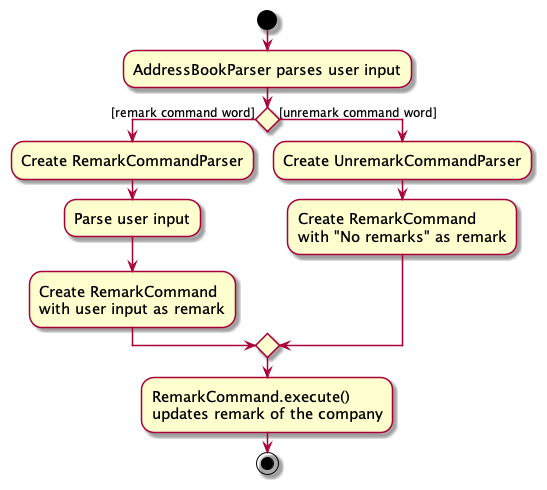
tayruxin/tp keeps this PlantUML diagram as docs/images/RemarkActivityDiagram.png. Above is the earlier version. Source of this version:
```plantuml
@startuml
skin rose
skinparam ActivityFontSize 15
skinparam ArrowFontSize 12
start
:AddressBookParser parses user input;


if () then ([remark command word])
    :Create RemarkCommandParser;
    :Parse user input;
    :Create RemarkCommand
    with user input as remark;

else ([unremark command word])
    :Create UnremarkCommandParser;
    :Create RemarkCommand
    with "No remarks" as remark;

endif

:RemarkCommand.execute()
updates remark of the company;
stop
@enduml
```
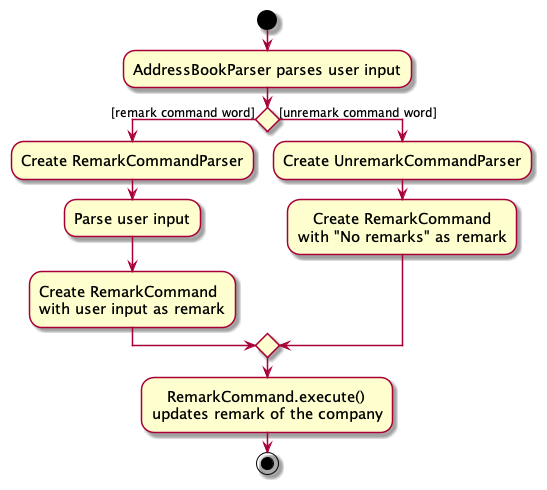
Above is the later version.

The edit, as a diff of the source:
```diff
@@ -14,12 +14,12 @@
 
 else ([unremark command word])
     :Create UnremarkCommandParser;
-    :Create RemarkCommand
+    :   Create RemarkCommand
     with "No remarks" as remark;
 
 endif
 
-:RemarkCommand.execute()
+:   RemarkCommand.execute()
 updates remark of the company;
 stop
 @enduml
```
